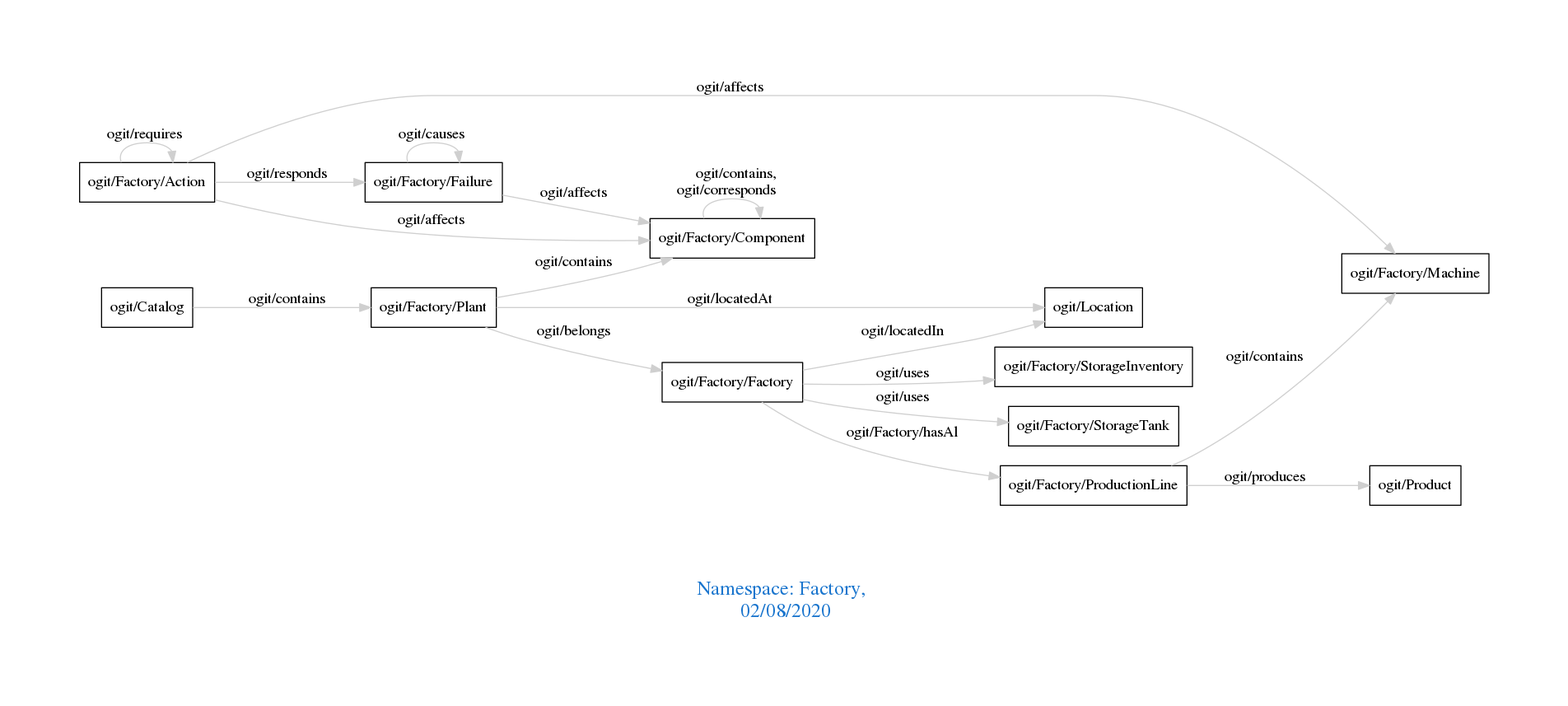
The Graphviz diagram downloads/Factory.png in arago/OGIT, before a commit. Its source is kept beside it as downloads/Factory.dot.
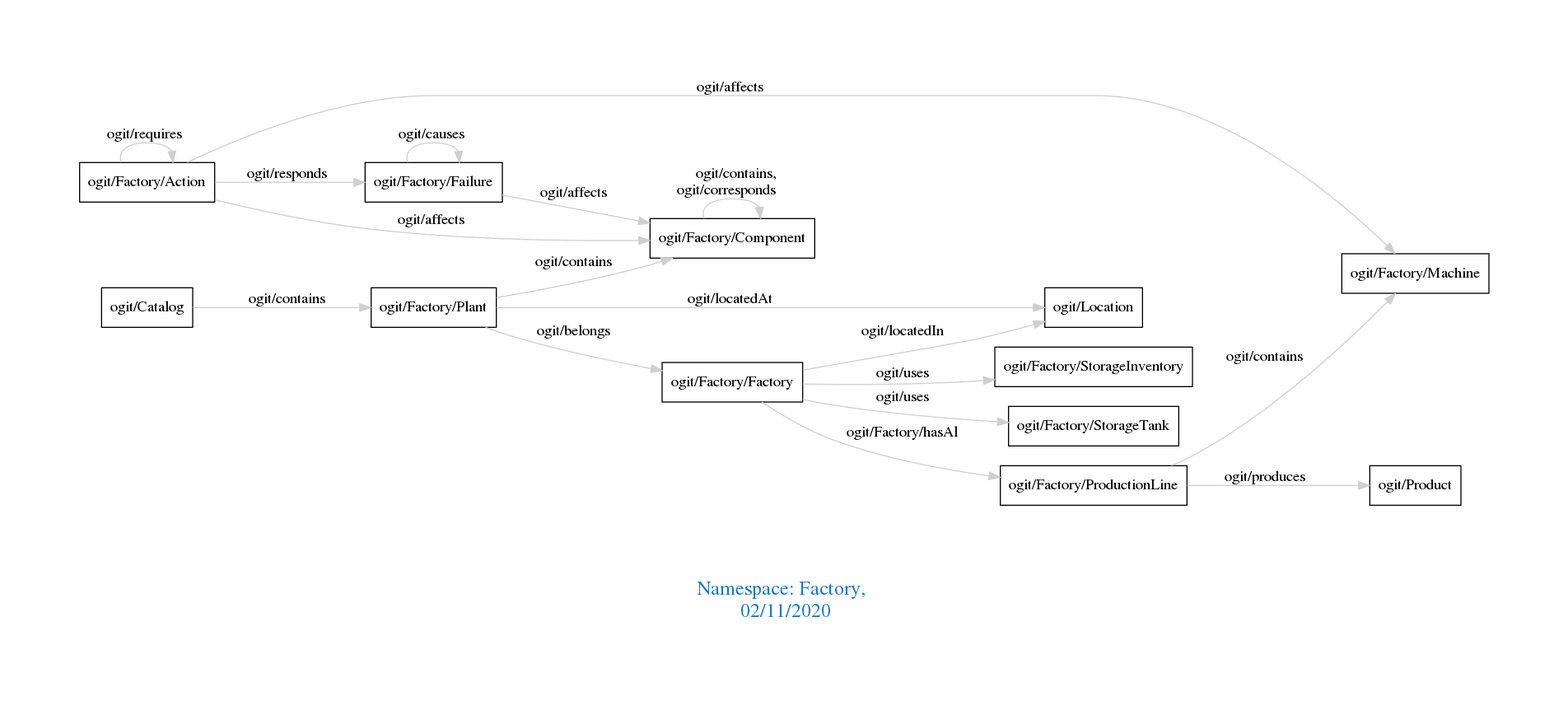
Above is the later version.

The edit, as a diff of the source:
```diff
@@ -1,7 +1,7 @@
 digraph OGIT_ontology {
  graph [ rankdir= LR,pad=1
 fontsize = 18,
-fontcolor= dodgerblue3,label = "\n\n\nNamespace: Factory, \n 02/08/2020"];
+fontcolor= dodgerblue3,label = "\n\n\nNamespace: Factory, \n 02/11/2020"];
 node[shape=polygon];
 edge [  color="gray81"];
 
```
